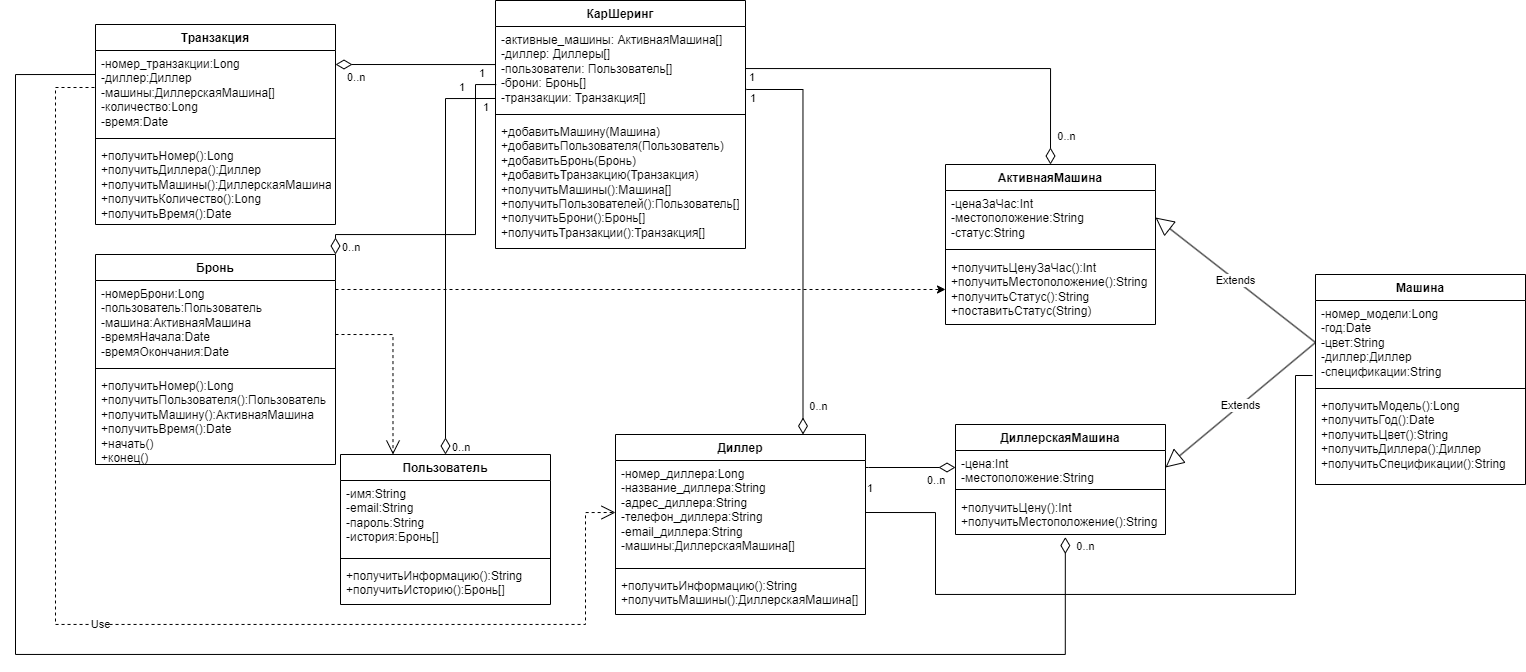
This is 3course2semestr/SIPI/block2/diagram_class.drawio.png from MShizikU/unik, a draw.io export, as it was before one commit. Source tidied: cells renumbered, new cells last; positions are measured from the earlier drawing's top-left corner, leaving out a move shared by most shapes.
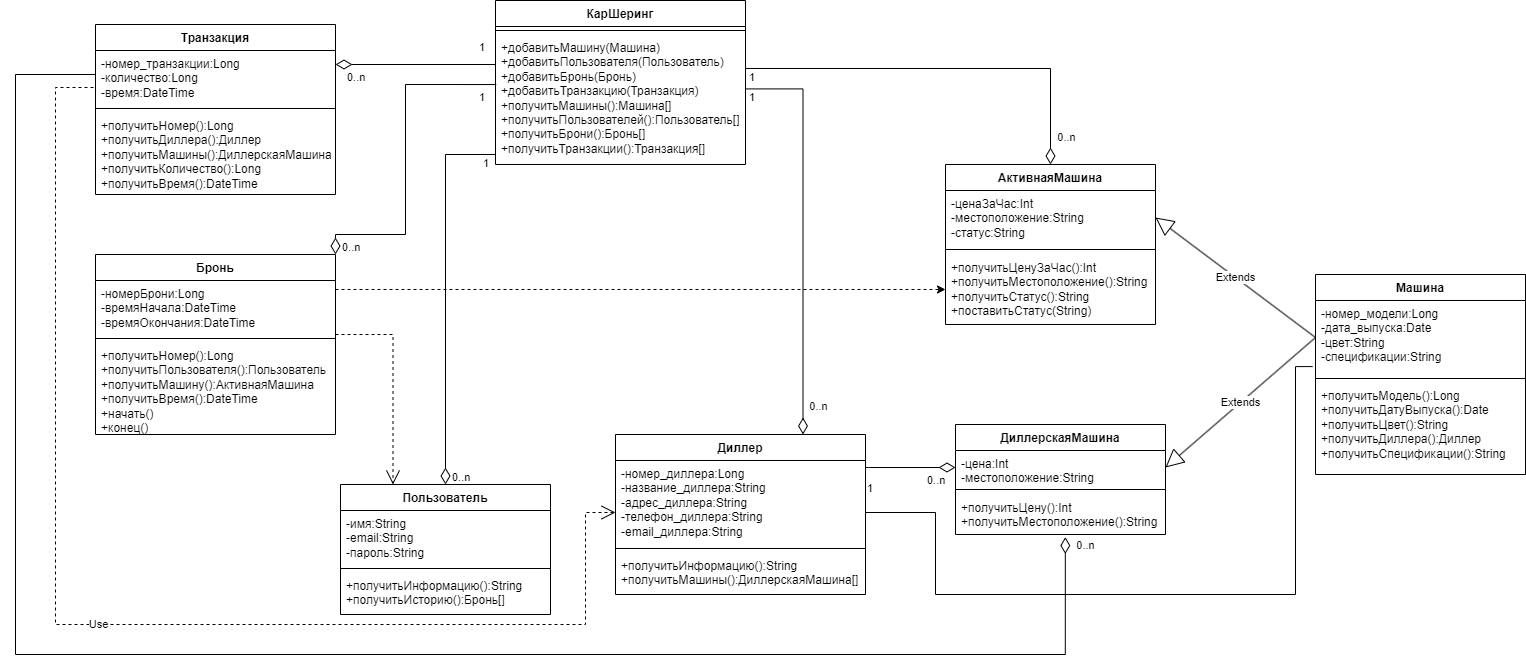
Above is the later version.

Change to the diagram source:
```diff
@@ -15,16 +15,16 @@
       <mxGeometry y="70" width="210" height="40" as="geometry" />
     </mxCell>
     <mxCell id="6" value="Машина" style="swimlane;fontStyle=1;align=center;verticalAlign=top;horizontal=1;startSize=26;whiteSpace=wrap;html=1;" parent="1" vertex="1">
-      <mxGeometry x="1300" y="274" width="210" height="210" as="geometry" />
+      <mxGeometry x="1300" y="274" width="210" height="200" as="geometry" />
     </mxCell>
-    <mxCell id="7" value="-номер_модели:Long&lt;br&gt;-год:Date&lt;br&gt;-цвет:String&lt;br&gt;-диллер:Диллер&lt;br&gt;-спецификации:String" style="text;strokeColor=none;fillColor=none;align=left;verticalAlign=top;spacingLeft=4;spacingRight=4;overflow=hidden;points=[[0,0.5],[1,0.5]];portConstraint=eastwest;whiteSpace=wrap;html=1;" parent="6" vertex="1">
-      <mxGeometry y="26" width="210" height="84" as="geometry" />
+    <mxCell id="7" value="-номер_модели:Long&lt;br&gt;-дата_выпуска:Date&lt;br&gt;-цвет:String&lt;br&gt;-спецификации:String" style="text;strokeColor=none;fillColor=none;align=left;verticalAlign=top;spacingLeft=4;spacingRight=4;overflow=hidden;points=[[0,0.5],[1,0.5]];portConstraint=eastwest;whiteSpace=wrap;html=1;" parent="6" vertex="1">
+      <mxGeometry y="26" width="210" height="74" as="geometry" />
     </mxCell>
     <mxCell id="8" style="line;strokeWidth=1;fillColor=none;align=left;verticalAlign=middle;spacingTop=-1;spacingLeft=3;spacingRight=3;labelPosition=right;strokeColor=inherit;" parent="6" vertex="1">
-      <mxGeometry y="110" width="210" height="8" as="geometry" />
+      <mxGeometry y="100" width="210" height="8" as="geometry" />
     </mxCell>
-    <mxCell id="9" value="+получитьМодель():Long&lt;br&gt;+получитьГод():Date&lt;br&gt;+получитьЦвет():String&lt;br&gt;+получитьДиллера():Диллер&lt;br&gt;+получитьСпецификации():String" style="text;strokeColor=none;fillColor=none;align=left;verticalAlign=top;spacingLeft=4;spacingRight=4;overflow=hidden;whiteSpace=wrap;html=1;" parent="6" vertex="1">
-      <mxGeometry y="118" width="210" height="92" as="geometry" />
+    <mxCell id="9" value="+получитьМодель():Long&lt;br&gt;+получитьДатуВыпуска():Date&lt;br&gt;+получитьЦвет():String&lt;br&gt;+получитьДиллера():Диллер&lt;br&gt;+получитьСпецификации():String" style="text;strokeColor=none;fillColor=none;align=left;verticalAlign=top;spacingLeft=4;spacingRight=4;overflow=hidden;whiteSpace=wrap;html=1;" parent="6" vertex="1">
+      <mxGeometry y="108" width="210" height="92" as="geometry" />
     </mxCell>
     <mxCell id="10" value="Extends" style="endArrow=block;endSize=16;endFill=0;html=1;rounded=0;exitX=0;exitY=0.5;exitDx=0;exitDy=0;entryX=1;entryY=0.5;entryDx=0;entryDy=0;" parent="1" edge="1" source="7" target="3">
       <mxGeometry relative="1" as="geometry" />
@@ -45,16 +45,16 @@
       <mxGeometry relative="1" as="geometry" />
     </mxCell>
     <mxCell id="16" value="Диллер" style="swimlane;fontStyle=1;align=center;verticalAlign=top;horizontal=1;startSize=26;whiteSpace=wrap;html=1;" parent="1" vertex="1">
-      <mxGeometry x="600" y="434" width="250" height="180" as="geometry" />
+      <mxGeometry x="600" y="434" width="250" height="160" as="geometry" />
     </mxCell>
-    <mxCell id="17" value="-номер_диллера:Long&lt;br style=&quot;border-color: var(--border-color);&quot;&gt;-название_диллера:String&lt;br style=&quot;border-color: var(--border-color);&quot;&gt;-адрес_диллера:String&lt;br style=&quot;border-color: var(--border-color);&quot;&gt;-телефон_диллера:String&lt;br style=&quot;border-color: var(--border-color);&quot;&gt;-email_диллера:String&lt;br style=&quot;border-color: var(--border-color);&quot;&gt;-машины:ДиллерскаяМашина[]" style="text;strokeColor=none;fillColor=none;align=left;verticalAlign=top;spacingLeft=4;spacingRight=4;overflow=hidden;points=[[0,0.5],[1,0.5]];portConstraint=eastwest;whiteSpace=wrap;html=1;" parent="16" vertex="1">
-      <mxGeometry y="26" width="250" height="104" as="geometry" />
+    <mxCell id="17" value="-номер_диллера:Long&lt;br style=&quot;border-color: var(--border-color);&quot;&gt;-название_диллера:String&lt;br style=&quot;border-color: var(--border-color);&quot;&gt;-адрес_диллера:String&lt;br style=&quot;border-color: var(--border-color);&quot;&gt;-телефон_диллера:String&lt;br style=&quot;border-color: var(--border-color);&quot;&gt;-email_диллера:String" style="text;strokeColor=none;fillColor=none;align=left;verticalAlign=top;spacingLeft=4;spacingRight=4;overflow=hidden;points=[[0,0.5],[1,0.5]];portConstraint=eastwest;whiteSpace=wrap;html=1;" parent="16" vertex="1">
+      <mxGeometry y="26" width="250" height="84" as="geometry" />
     </mxCell>
     <mxCell id="18" style="line;strokeWidth=1;fillColor=none;align=left;verticalAlign=middle;spacingTop=-1;spacingLeft=3;spacingRight=3;labelPosition=right;strokeColor=inherit;" parent="16" vertex="1">
-      <mxGeometry y="130" width="250" height="8" as="geometry" />
+      <mxGeometry y="110" width="250" height="8" as="geometry" />
     </mxCell>
     <mxCell id="19" value="+получитьИнформацию():String&lt;br&gt;+получитьМашины():ДиллерскаяМашина[]" style="text;strokeColor=none;fillColor=none;align=left;verticalAlign=top;spacingLeft=4;spacingRight=4;overflow=hidden;whiteSpace=wrap;html=1;" parent="16" vertex="1">
-      <mxGeometry y="138" width="250" height="42" as="geometry" />
+      <mxGeometry y="118" width="250" height="42" as="geometry" />
     </mxCell>
     <mxCell id="20" style="endArrow=none;html=1;endSize=12;startArrow=diamondThin;startSize=14;startFill=0;edgeStyle=orthogonalEdgeStyle;rounded=0;exitX=0;exitY=0.5;exitDx=0;exitDy=0;endFill=0;" parent="1" edge="1" source="3">
       <mxGeometry relative="1" as="geometry">
@@ -77,7 +77,7 @@
     <mxCell id="23" style="endArrow=none;endSize=12;html=1;rounded=0;entryX=1;entryY=0.5;entryDx=0;entryDy=0;edgeStyle=orthogonalEdgeStyle;exitX=-0.014;exitY=0.893;exitDx=0;exitDy=0;exitPerimeter=0;endFill=0;" parent="1" edge="1" source="7" target="17">
       <mxGeometry relative="1" as="geometry">
         <Array as="points">
-          <mxPoint x="1280" y="375" />
+          <mxPoint x="1280" y="366" />
           <mxPoint x="1280" y="594" />
           <mxPoint x="920" y="594" />
           <mxPoint x="920" y="512" />
@@ -85,43 +85,44 @@
       </mxGeometry>
     </mxCell>
     <mxCell id="24" value="Пользователь" style="swimlane;fontStyle=1;align=center;verticalAlign=top;horizontal=1;startSize=26;whiteSpace=wrap;html=1;" parent="1" vertex="1">
-      <mxGeometry x="325" y="454" width="210" height="150" as="geometry" />
+      <mxGeometry x="325" y="484" width="210" height="130" as="geometry" />
     </mxCell>
-    <mxCell id="25" value="-имя:String&lt;br&gt;-email:String&lt;br&gt;-пароль:String&lt;br&gt;-история:Бронь[]" style="text;strokeColor=none;fillColor=none;align=left;verticalAlign=top;spacingLeft=4;spacingRight=4;overflow=hidden;whiteSpace=wrap;html=1;" parent="24" vertex="1">
-      <mxGeometry y="26" width="210" height="74" as="geometry" />
+    <mxCell id="25" value="-имя:String&lt;br&gt;-email:String&lt;br&gt;-пароль:String" style="text;strokeColor=none;fillColor=none;align=left;verticalAlign=top;spacingLeft=4;spacingRight=4;overflow=hidden;whiteSpace=wrap;html=1;" parent="24" vertex="1">
+      <mxGeometry y="26" width="210" height="54" as="geometry" />
     </mxCell>
     <mxCell id="26" style="line;strokeWidth=1;fillColor=none;align=left;verticalAlign=middle;spacingTop=-1;spacingLeft=3;spacingRight=3;labelPosition=right;strokeColor=inherit;" parent="24" vertex="1">
-      <mxGeometry y="100" width="210" height="8" as="geometry" />
+      <mxGeometry y="80" width="210" height="8" as="geometry" />
     </mxCell>
     <mxCell id="27" value="+получитьИнформацию():String&lt;br&gt;+получитьИсторию():Бронь[]" style="text;strokeColor=none;fillColor=none;align=left;verticalAlign=top;spacingLeft=4;spacingRight=4;overflow=hidden;whiteSpace=wrap;html=1;" parent="24" vertex="1">
-      <mxGeometry y="108" width="210" height="42" as="geometry" />
+      <mxGeometry y="88" width="210" height="42" as="geometry" />
     </mxCell>
     <mxCell id="28" value="Бронь" style="swimlane;fontStyle=1;align=center;verticalAlign=top;horizontal=1;startSize=26;whiteSpace=wrap;html=1;" parent="1" vertex="1">
-      <mxGeometry x="80" y="254" width="240" height="210" as="geometry" />
+      <mxGeometry x="80" y="254" width="240" height="180" as="geometry" />
     </mxCell>
-    <mxCell id="29" value="-номерБрони:Long&lt;br&gt;-пользователь:Пользователь&lt;br&gt;-машина:АктивнаяМашина&lt;br&gt;-времяНачала:Date&lt;br&gt;-времяОкончания:Date" style="text;strokeColor=none;fillColor=none;align=left;verticalAlign=top;spacingLeft=4;spacingRight=4;overflow=hidden;points=[[0,0.5],[1,0.5]];portConstraint=eastwest;whiteSpace=wrap;html=1;" parent="28" vertex="1">
-      <mxGeometry y="26" width="240" height="84" as="geometry" />
+    <mxCell id="29" value="-номерБрони:Long&lt;br&gt;-времяНачала:DateTime&lt;br&gt;-времяОкончания:DateTime" style="text;strokeColor=none;fillColor=none;align=left;verticalAlign=top;spacingLeft=4;spacingRight=4;overflow=hidden;points=[[0,0.5],[1,0.5]];portConstraint=eastwest;whiteSpace=wrap;html=1;" parent="28" vertex="1">
+      <mxGeometry y="26" width="240" height="54" as="geometry" />
     </mxCell>
     <mxCell id="30" style="line;strokeWidth=1;fillColor=none;align=left;verticalAlign=middle;spacingTop=-1;spacingLeft=3;spacingRight=3;labelPosition=right;strokeColor=inherit;" parent="28" vertex="1">
-      <mxGeometry y="110" width="240" height="8" as="geometry" />
+      <mxGeometry y="80" width="240" height="8" as="geometry" />
     </mxCell>
-    <mxCell id="31" value="+получитьНомер():Long&lt;br&gt;+получитьПользователя():Пользователь&lt;br&gt;+получитьМашину():АктивнаяМашина&lt;br&gt;+получитьВремя():Date&lt;br&gt;+начать()&lt;br&gt;+конец()" style="text;strokeColor=none;fillColor=none;align=left;verticalAlign=top;spacingLeft=4;spacingRight=4;overflow=hidden;whiteSpace=wrap;html=1;" parent="28" vertex="1">
-      <mxGeometry y="118" width="240" height="92" as="geometry" />
+    <mxCell id="31" value="+получитьНомер():Long&lt;br&gt;+получитьПользователя():Пользователь&lt;br&gt;+получитьМашину():АктивнаяМашина&lt;br&gt;+получитьВремя():DateTime&lt;br&gt;+начать()&lt;br&gt;+конец()" style="text;strokeColor=none;fillColor=none;align=left;verticalAlign=top;spacingLeft=4;spacingRight=4;overflow=hidden;whiteSpace=wrap;html=1;" parent="28" vertex="1">
+      <mxGeometry y="88" width="240" height="92" as="geometry" />
     </mxCell>
     <mxCell id="32" value="Транзакция" style="swimlane;fontStyle=1;align=center;verticalAlign=top;horizontal=1;startSize=26;whiteSpace=wrap;html=1;" parent="1" vertex="1">
-      <mxGeometry x="80" y="24" width="240" height="200" as="geometry" />
+      <mxGeometry x="80" y="24" width="240" height="170" as="geometry" />
     </mxCell>
-    <mxCell id="33" value="-номер_транзакции:Long&lt;br&gt;-диллер:Диллер&lt;br&gt;-машины:ДиллерскаяМашина[]&lt;br&gt;-количество:Long&lt;br&gt;-время:Date" style="text;strokeColor=none;fillColor=none;align=left;verticalAlign=top;spacingLeft=4;spacingRight=4;overflow=hidden;points=[[0,0.5],[1,0.5]];portConstraint=eastwest;whiteSpace=wrap;html=1;" parent="32" vertex="1">
-      <mxGeometry y="26" width="240" height="84" as="geometry" />
+    <mxCell id="33" value="-номер_транзакции:Long&lt;br&gt;-количество:Long&lt;br&gt;-время:DateTime" style="text;strokeColor=none;fillColor=none;align=left;verticalAlign=top;spacingLeft=4;spacingRight=4;overflow=hidden;points=[[0,0.5],[1,0.5]];portConstraint=eastwest;whiteSpace=wrap;html=1;" parent="32" vertex="1">
+      <mxGeometry y="26" width="240" height="54" as="geometry" />
     </mxCell>
     <mxCell id="34" style="line;strokeWidth=1;fillColor=none;align=left;verticalAlign=middle;spacingTop=-1;spacingLeft=3;spacingRight=3;labelPosition=right;strokeColor=inherit;" parent="32" vertex="1">
-      <mxGeometry y="110" width="240" height="8" as="geometry" />
+      <mxGeometry y="80" width="240" height="8" as="geometry" />
     </mxCell>
-    <mxCell id="35" value="+получитьНомер():Long&lt;br&gt;+получитьДиллера():Диллер&lt;br&gt;+получитьМашины():ДиллерскаяМашина[]&lt;br&gt;+получитьКоличество():Long&lt;br&gt;+получитьВремя():Date" style="text;strokeColor=none;fillColor=none;align=left;verticalAlign=top;spacingLeft=4;spacingRight=4;overflow=hidden;whiteSpace=wrap;html=1;" parent="32" vertex="1">
-      <mxGeometry y="118" width="240" height="82" as="geometry" />
+    <mxCell id="35" value="+получитьНомер():Long&lt;br&gt;+получитьДиллера():Диллер&lt;br&gt;+получитьМашины():ДиллерскаяМашина[]&lt;br&gt;+получитьКоличество():Long&lt;br&gt;+получитьВремя():DateTime" style="text;strokeColor=none;fillColor=none;align=left;verticalAlign=top;spacingLeft=4;spacingRight=4;overflow=hidden;whiteSpace=wrap;html=1;" parent="32" vertex="1">
+      <mxGeometry y="88" width="240" height="82" as="geometry" />
     </mxCell>
-    <mxCell id="36" value="Use" style="endArrow=open;endSize=12;dashed=1;html=1;rounded=0;exitX=0;exitY=0.5;exitDx=0;exitDy=0;entryX=0;entryY=0.5;entryDx=0;entryDy=0;edgeStyle=orthogonalEdgeStyle;" parent="1" edge="1" source="33" target="17">
+    <mxCell id="36" value="Use" style="endArrow=open;endSize=12;dashed=1;html=1;rounded=0;exitX=0;exitY=0.5;exitDx=0;exitDy=0;edgeStyle=orthogonalEdgeStyle;" parent="1" edge="1" source="33">
       <mxGeometry relative="1" as="geometry">
+        <mxPoint x="600" y="512" as="targetPoint" />
         <Array as="points">
           <mxPoint x="40" y="87" />
           <mxPoint x="40" y="624" />
@@ -150,22 +151,18 @@
       <mxGeometry relative="1" as="geometry">
         <mxPoint x="320" y="334" as="sourcePoint" />
         <Array as="points">
-          <mxPoint x="320" y="334" />
           <mxPoint x="378" y="334" />
         </Array>
       </mxGeometry>
     </mxCell>
     <mxCell id="40" value="КарШеринг" style="swimlane;fontStyle=1;align=center;verticalAlign=top;horizontal=1;startSize=26;whiteSpace=wrap;html=1;" parent="1" vertex="1">
-      <mxGeometry x="480" width="250" height="248" as="geometry" />
+      <mxGeometry x="480" width="250" height="164" as="geometry" />
     </mxCell>
-    <mxCell id="41" value="-активные_машины: АктивнаяМашина[]&lt;br&gt;-диллер: Диллеры[]&lt;br&gt;-пользователи: Пользователь[]&lt;br&gt;-брони: Бронь[]&lt;br&gt;-транзакции: Транзакция[]" style="text;strokeColor=none;fillColor=none;align=left;verticalAlign=top;spacingLeft=4;spacingRight=4;overflow=hidden;points=[[0,0.5],[1,0.5]];portConstraint=eastwest;whiteSpace=wrap;html=1;" parent="40" vertex="1">
-      <mxGeometry y="26" width="250" height="84" as="geometry" />
-    </mxCell>
     <mxCell id="42" style="line;strokeWidth=1;fillColor=none;align=left;verticalAlign=middle;spacingTop=-1;spacingLeft=3;spacingRight=3;labelPosition=right;strokeColor=inherit;" parent="40" vertex="1">
-      <mxGeometry y="110" width="250" height="8" as="geometry" />
+      <mxGeometry y="26" width="250" height="8" as="geometry" />
     </mxCell>
     <mxCell id="43" value="+добавитьМашину(Машина)&lt;br style=&quot;border-color: var(--border-color);&quot;&gt;+добавитьПользователя(Пользователь)&lt;br style=&quot;border-color: var(--border-color);&quot;&gt;+добавитьБронь(Бронь)&lt;br style=&quot;border-color: var(--border-color);&quot;&gt;+добавитьТранзакцию(Транзакция)&lt;br style=&quot;border-color: var(--border-color);&quot;&gt;+получитьМашины():Машина[]&lt;br style=&quot;border-color: var(--border-color);&quot;&gt;+получитьПользователей():Пользователь[]&lt;br style=&quot;border-color: var(--border-color);&quot;&gt;+получитьБрони():Бронь[]&lt;br style=&quot;border-color: var(--border-color);&quot;&gt;+получитьТранзакции():Транзакция[]" style="text;strokeColor=none;fillColor=none;align=left;verticalAlign=top;spacingLeft=4;spacingRight=4;overflow=hidden;whiteSpace=wrap;html=1;" parent="40" vertex="1">
-      <mxGeometry y="118" width="250" height="130" as="geometry" />
+      <mxGeometry y="34" width="250" height="130" as="geometry" />
     </mxCell>
     <mxCell id="44" style="edgeStyle=orthogonalEdgeStyle;rounded=0;jettySize=auto;html=1;dashed=1;" parent="1" edge="1" source="29" target="14">
       <mxGeometry relative="1" as="geometry">
@@ -175,8 +172,9 @@
         </Array>
       </mxGeometry>
     </mxCell>
-    <mxCell id="45" style="endArrow=none;html=1;endSize=12;startArrow=diamondThin;startSize=14;startFill=0;edgeStyle=orthogonalEdgeStyle;rounded=0;exitX=0.5;exitY=0;exitDx=0;exitDy=0;endFill=0;" parent="1" edge="1" source="11" target="41">
+    <mxCell id="45" style="endArrow=none;html=1;endSize=12;startArrow=diamondThin;startSize=14;startFill=0;edgeStyle=orthogonalEdgeStyle;rounded=0;exitX=0.5;exitY=0;exitDx=0;exitDy=0;endFill=0;" parent="1" edge="1" source="11">
       <mxGeometry relative="1" as="geometry">
+        <mxPoint x="730" y="68" as="targetPoint" />
         <Array as="points">
           <mxPoint x="1035" y="68" />
         </Array>
@@ -209,15 +207,16 @@
     </mxCell>
     <mxCell id="50" value="1" style="edgeLabel;html=1;align=right;verticalAlign=top;" parent="48" vertex="1">
       <mxGeometry x="1" relative="1" as="geometry">
-        <mxPoint x="-10" y="-4" as="offset" />
+        <mxPoint x="-10" y="-30" as="offset" />
       </mxGeometry>
     </mxCell>
-    <mxCell id="51" style="endArrow=none;html=1;endSize=12;startArrow=diamondThin;startSize=14;startFill=0;edgeStyle=orthogonalEdgeStyle;rounded=0;endFill=0;exitX=1;exitY=0;exitDx=0;exitDy=0;entryX=0.003;entryY=0.691;entryDx=0;entryDy=0;entryPerimeter=0;" parent="1" edge="1" source="28" target="41">
+    <mxCell id="51" style="endArrow=none;html=1;endSize=12;startArrow=diamondThin;startSize=14;startFill=0;edgeStyle=orthogonalEdgeStyle;rounded=0;endFill=0;exitX=1;exitY=0;exitDx=0;exitDy=0;entryX=0.003;entryY=0.691;entryDx=0;entryDy=0;entryPerimeter=0;" parent="1" edge="1" source="28">
       <mxGeometry relative="1" as="geometry">
+        <mxPoint x="480.8" y="84" as="targetPoint" />
         <Array as="points">
           <mxPoint x="320" y="234" />
-          <mxPoint x="460" y="234" />
-          <mxPoint x="460" y="84" />
+          <mxPoint x="390" y="234" />
+          <mxPoint x="390" y="84" />
         </Array>
       </mxGeometry>
     </mxCell>
@@ -228,13 +227,15 @@
     </mxCell>
     <mxCell id="53" value="1" style="edgeLabel;html=1;align=right;verticalAlign=top;" parent="51" vertex="1">
       <mxGeometry x="1" relative="1" as="geometry">
-        <mxPoint x="-31" y="-10" as="offset" />
+        <mxPoint x="-11" as="offset" />
       </mxGeometry>
     </mxCell>
-    <mxCell id="54" style="endArrow=none;html=1;endSize=12;startArrow=diamondThin;startSize=14;startFill=0;edgeStyle=orthogonalEdgeStyle;rounded=0;endFill=0;entryX=0.001;entryY=0.857;entryDx=0;entryDy=0;entryPerimeter=0;exitX=0.5;exitY=0;exitDx=0;exitDy=0;" parent="1" edge="1" source="24" target="41">
+    <mxCell id="54" style="endArrow=none;html=1;endSize=12;startArrow=diamondThin;startSize=14;startFill=0;edgeStyle=orthogonalEdgeStyle;rounded=0;endFill=0;exitX=0.5;exitY=0;exitDx=0;exitDy=0;" parent="1" edge="1" source="24">
       <mxGeometry relative="1" as="geometry">
+        <mxPoint x="480" y="154" as="targetPoint" />
         <Array as="points">
-          <mxPoint x="430" y="98" />
+          <mxPoint x="430" y="154" />
+          <mxPoint x="480" y="154" />
         </Array>
       </mxGeometry>
     </mxCell>
@@ -248,8 +249,9 @@
         <mxPoint x="-6" y="-4" as="offset" />
       </mxGeometry>
     </mxCell>
-    <mxCell id="57" style="endArrow=none;html=1;endSize=12;startArrow=diamondThin;startSize=14;startFill=0;edgeStyle=orthogonalEdgeStyle;rounded=0;exitX=0.75;exitY=0;exitDx=0;exitDy=0;endFill=0;entryX=1;entryY=0.743;entryDx=0;entryDy=0;entryPerimeter=0;" parent="1" edge="1" source="16" target="41">
+    <mxCell id="57" style="endArrow=none;html=1;endSize=12;startArrow=diamondThin;startSize=14;startFill=0;edgeStyle=orthogonalEdgeStyle;rounded=0;exitX=0.75;exitY=0;exitDx=0;exitDy=0;endFill=0;entryX=1;entryY=0.743;entryDx=0;entryDy=0;entryPerimeter=0;" parent="1" edge="1" source="16">
       <mxGeometry relative="1" as="geometry">
+        <mxPoint x="730" y="88.4" as="targetPoint" />
         <Array as="points">
           <mxPoint x="787" y="89" />
           <mxPoint x="731" y="89" />
```
